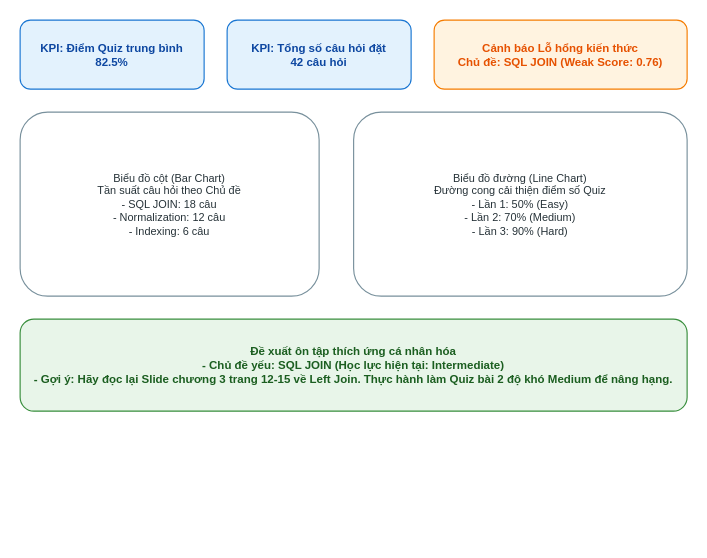
Before: page "Dashboard" (8 of 12) of RAG_Chatbot_Design.drawio in haudo1207/personalized-lms-rag-chatbot, a draw.io diagram. Source tidied: cells renumbered, new cells numbered last; positions are measured from the earlier drawing's top-left corner, leaving out a move shared by most shapes. Both pictures are drawn from the tidied source at 115%, with x=0, y=0 at pixel (20, 20).
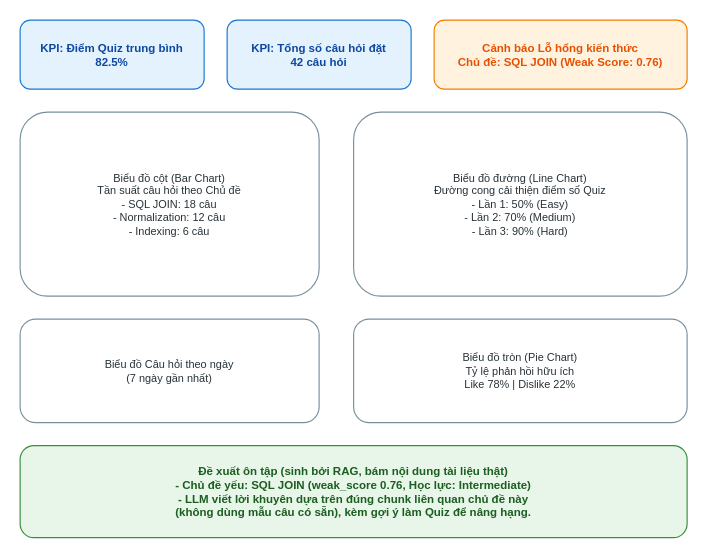
The same diagram, later.

What changed in the source:
```diff
@@
 <mxGraphModel>
   <root>
     <mxCell id="0" />
     <mxCell id="1" parent="0" />
     <mxCell id="2" value="KPI: Điểm Quiz trung bình&#10;82.5%" style="rounded=1;whiteSpace=wrap;html=1;fillColor=#E3F2FD;strokeColor=#1976D2;fontColor=#0D47A1;fontStyle=1;fontSize=10;" parent="1" vertex="1">
       <mxGeometry width="160" height="60" as="geometry" />
     </mxCell>
     <mxCell id="3" value="KPI: Tổng số câu hỏi đặt&#10;42 câu hỏi" style="rounded=1;whiteSpace=wrap;html=1;fillColor=#E3F2FD;strokeColor=#1976D2;fontColor=#0D47A1;fontStyle=1;fontSize=10;" parent="1" vertex="1">
       <mxGeometry x="180" width="160" height="60" as="geometry" />
     </mxCell>
     <mxCell id="4" value="Cảnh báo Lỗ hổng kiến thức&#10;Chủ đề: SQL JOIN (Weak Score: 0.76)" style="rounded=1;whiteSpace=wrap;html=1;fillColor=#FFF3E0;strokeColor=#F57C00;fontColor=#E65100;fontStyle=1;fontSize=10;" parent="1" vertex="1">
       <mxGeometry x="360" width="220" height="60" as="geometry" />
     </mxCell>
     <mxCell id="5" value="Biểu đồ cột (Bar Chart)&#10;Tần suất câu hỏi theo Chủ đề&#10;- SQL JOIN: 18 câu&#10;- Normalization: 12 câu&#10;- Indexing: 6 câu" style="rounded=1;whiteSpace=wrap;html=1;fillColor=#FFFFFF;strokeColor=#78909C;fontColor=#263238;fontSize=9.5;" parent="1" vertex="1">
       <mxGeometry y="80" width="260" height="160" as="geometry" />
     </mxCell>
     <mxCell id="6" value="Biểu đồ đường (Line Chart)&#10;Đường cong cải thiện điểm số Quiz&#10;- Lần 1: 50% (Easy)&#10;- Lần 2: 70% (Medium)&#10;- Lần 3: 90% (Hard)" style="rounded=1;whiteSpace=wrap;html=1;fillColor=#FFFFFF;strokeColor=#78909C;fontColor=#263238;fontSize=9.5;" parent="1" vertex="1">
       <mxGeometry x="290" y="80" width="290" height="160" as="geometry" />
     </mxCell>
+    <mxCell id="8" value="Biểu đồ Câu hỏi theo ngày&#10;(7 ngày gần nhất)" style="rounded=1;whiteSpace=wrap;html=1;fillColor=#FFFFFF;strokeColor=#78909C;fontColor=#263238;fontSize=9.5;" parent="1" vertex="1">
+      <mxGeometry y="260" width="260" height="90" as="geometry" />
+    </mxCell>
+    <mxCell id="9" value="Biểu đồ tròn (Pie Chart)&#10;Tỷ lệ phản hồi hữu ích&#10;Like 78% | Dislike 22%" style="rounded=1;whiteSpace=wrap;html=1;fillColor=#FFFFFF;strokeColor=#78909C;fontColor=#263238;fontSize=9.5;" parent="1" vertex="1">
+      <mxGeometry x="290" y="260" width="290" height="90" as="geometry" />
+    </mxCell>
-    <mxCell id="7" value="Đề xuất ôn tập thích ứng cá nhân hóa&#10;- Chủ đề yếu: SQL JOIN (Học lực hiện tại: Intermediate)&#10;- Gợi ý: Hãy đọc lại Slide chương 3 trang 12-15 về Left Join. Thực hành làm Quiz bài 2 độ khó Medium để nâng hạng." style="rounded=1;whiteSpace=wrap;html=1;fillColor=#E8F5E9;strokeColor=#388E3C;fontColor=#1B5E20;fontStyle=1;fontSize=10;" parent="1" vertex="1">
-      <mxGeometry y="260" width="580" height="80" as="geometry" />
+    <mxCell id="7" value="Đề xuất ôn tập (sinh bởi RAG, bám nội dung tài liệu thật)&#10;- Chủ đề yếu: SQL JOIN (weak_score 0.76, Học lực: Intermediate)&#10;- LLM viết lời khuyên dựa trên đúng chunk liên quan chủ đề này&#10;  (không dùng mẫu câu có sẵn), kèm gợi ý làm Quiz để nâng hạng." style="rounded=1;whiteSpace=wrap;html=1;fillColor=#E8F5E9;strokeColor=#388E3C;fontColor=#1B5E20;fontStyle=1;fontSize=10;" parent="1" vertex="1">
+      <mxGeometry y="370" width="580" height="80" as="geometry" />
     </mxCell>
   </root>
 </mxGraphModel>
```
